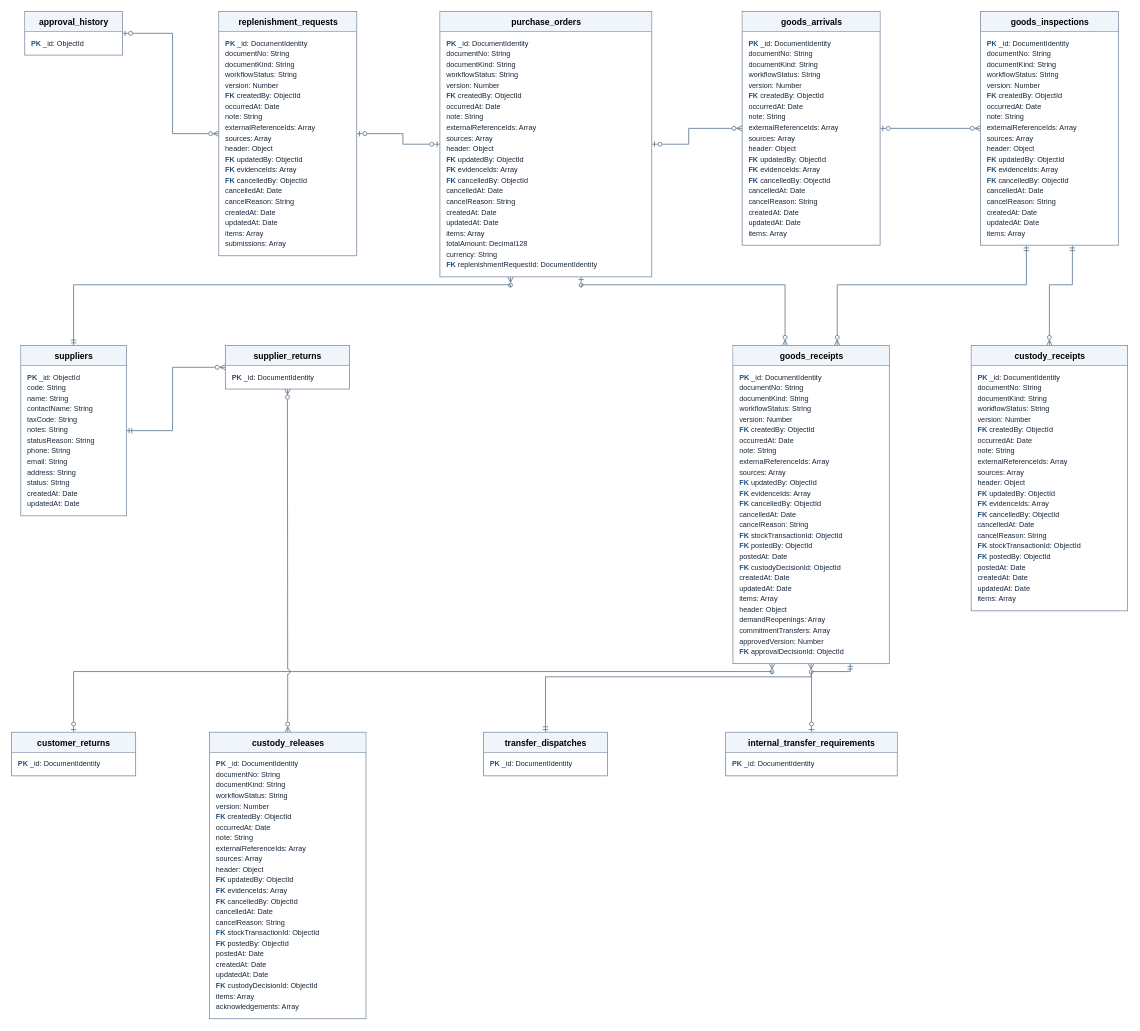
This is page "Mua hàng và nhập kho" (8 of 11) of git_doc/docs/03_thiet_ke/DB_Current_2026-11-12_58/WMSD_DB_Design_Overview.drawio from bupbalabup/wmsd_be, a draw.io file, before an edit. Source tidied: cells renumbered, new cells numbered last; positions are measured from the earlier drawing's top-left corner, leaving out a move shared by most shapes. Both pictures are drawn from the tidied source at 66%, with x=0, y=0 at pixel (11, 11).
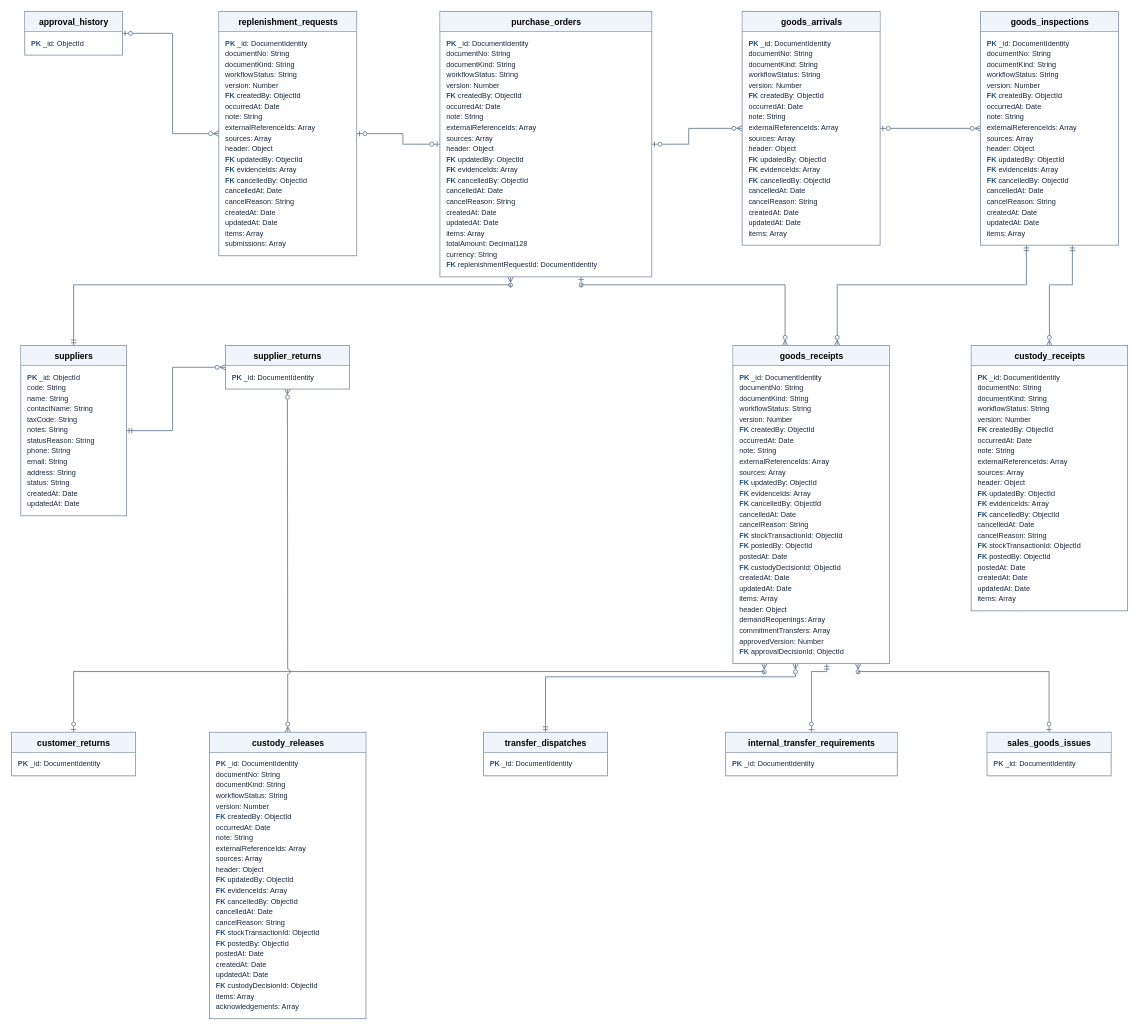
After the change.

The change refers to these unchanged cells:
```xml
<mxCell id="43" style="rounded=0;fillColor=#FFFFFF;strokeColor=#8091A7;strokeWidth=1.25;fontFamily=Helvetica;" parent="1" vertex="1">
  <mxGeometry x="1093" y="506" width="237" height="482" as="geometry" />
</mxCell>
<mxCell id="51" style="rounded=0;fillColor=#FFFFFF;strokeColor=#8091A7;strokeWidth=1.25;fontFamily=Helvetica;" parent="1" vertex="1">
  <mxGeometry y="1092" width="188" height="66" as="geometry" />
</mxCell>
<mxCell id="59" style="rounded=0;fillColor=#FFFFFF;strokeColor=#8091A7;strokeWidth=1.25;fontFamily=Helvetica;" parent="1" vertex="1">
  <mxGeometry x="715" y="1092" width="188" height="66" as="geometry" />
</mxCell>
<mxCell id="63" style="rounded=0;fillColor=#FFFFFF;strokeColor=#8091A7;strokeWidth=1.25;fontFamily=Helvetica;" parent="1" vertex="1">
  <mxGeometry x="1082" y="1092" width="260" height="66" as="geometry" />
</mxCell>
```

Diff of the diagram source:
```diff
@@
+    <mxCell id="67" style="noEdgeStyle=1;rounded=0;html=1;jumpStyle=arc;jumpSize=7;strokeColor=#62778E;strokeWidth=1.25;startArrow=ERzeroToOne;endArrow=ERzeroToMany;startFill=0;endFill=0;exitX=0.5;exitY=0;entryX=0.8;entryY=1;exitPerimeter=0;entryPerimeter=0;fontFamily=Helvetica;" parent="1" edge="1" source="68" target="43">
+      <mxGeometry relative="1" as="geometry">
+        <Array as="points">
+          <mxPoint x="1572" y="1000" />
+          <mxPoint x="1282.6" y="1000" />
+        </Array>
+      </mxGeometry>
+    </mxCell>
@@
-    <mxCell id="8" style="noEdgeStyle=1;rounded=0;html=1;jumpStyle=arc;jumpSize=7;strokeColor=#62778E;strokeWidth=1.25;startArrow=ERzeroToOne;endArrow=ERzeroToMany;startFill=0;endFill=0;exitX=0.5;exitY=0;entryX=0.25;entryY=1;exitPerimeter=0;entryPerimeter=0;fontFamily=Helvetica;" parent="1" edge="1" source="51" target="43">
+    <mxCell id="8" style="noEdgeStyle=1;rounded=0;html=1;jumpStyle=arc;jumpSize=7;strokeColor=#62778E;strokeWidth=1.25;startArrow=ERzeroToOne;endArrow=ERzeroToMany;startFill=0;endFill=0;exitX=0.5;exitY=0;entryX=0.2;entryY=1;exitPerimeter=0;entryPerimeter=0;fontFamily=Helvetica;" parent="1" edge="1" source="51" target="43">
       <mxGeometry relative="1" as="geometry">
         <Array as="points">
           <mxPoint x="94" y="1000" />
-          <mxPoint x="1152.2" y="1000" />
+          <mxPoint x="1140.4" y="1000" />
         </Array>
       </mxGeometry>
     </mxCell>
@@
-    <mxCell id="13" style="noEdgeStyle=1;rounded=0;html=1;jumpStyle=arc;jumpSize=7;strokeColor=#62778E;strokeWidth=1.25;startArrow=ERmandOne;endArrow=ERzeroToMany;startFill=0;endFill=0;exitX=0.5;exitY=0;entryX=0.5;entryY=1;exitPerimeter=0;entryPerimeter=0;fontFamily=Helvetica;" parent="1" edge="1" source="59" target="43">
+    <mxCell id="13" style="noEdgeStyle=1;rounded=0;html=1;jumpStyle=arc;jumpSize=7;strokeColor=#62778E;strokeWidth=1.25;startArrow=ERmandOne;endArrow=ERzeroToMany;startFill=0;endFill=0;exitX=0.5;exitY=0;entryX=0.4;entryY=1;exitPerimeter=0;entryPerimeter=0;fontFamily=Helvetica;" parent="1" edge="1" source="59" target="43">
       <mxGeometry relative="1" as="geometry">
         <Array as="points">
           <mxPoint x="809" y="1008" />
-          <mxPoint x="1211.5" y="1008" />
+          <mxPoint x="1187.8" y="1008" />
         </Array>
       </mxGeometry>
     </mxCell>
-    <mxCell id="14" style="noEdgeStyle=1;rounded=0;html=1;jumpStyle=arc;jumpSize=7;strokeColor=#62778E;strokeWidth=1.25;startArrow=ERmandOne;endArrow=ERzeroToOne;startFill=0;endFill=0;exitX=0.75;exitY=1;entryX=0.5;entryY=0;exitPerimeter=0;entryPerimeter=0;fontFamily=Helvetica;" parent="1" edge="1" source="43" target="63">
+    <mxCell id="14" style="noEdgeStyle=1;rounded=0;html=1;jumpStyle=arc;jumpSize=7;strokeColor=#62778E;strokeWidth=1.25;startArrow=ERmandOne;endArrow=ERzeroToOne;startFill=0;endFill=0;exitX=0.6;exitY=1;entryX=0.5;entryY=0;exitPerimeter=0;entryPerimeter=0;fontFamily=Helvetica;" parent="1" edge="1" source="43" target="63">
       <mxGeometry relative="1" as="geometry">
         <Array as="points">
-          <mxPoint x="1270.8" y="1000" />
+          <mxPoint x="1235.2" y="1000" />
           <mxPoint x="1212" y="1000" />
         </Array>
       </mxGeometry>
     </mxCell>
@@
+    <mxCell id="68" style="rounded=0;fillColor=#FFFFFF;strokeColor=#8091A7;strokeWidth=1.25;fontFamily=Helvetica;" parent="1" vertex="1">
+      <mxGeometry x="1478" y="1092" width="188" height="66" as="geometry" />
+    </mxCell>
+    <mxCell id="69" value="sales_goods_issues" style="html=1;align=center;verticalAlign=middle;fillColor=#EFF5FA;strokeColor=none;fontFamily=Helvetica;fontSize=13;fontStyle=1;spacing=0;" parent="68" vertex="1">
+      <mxGeometry x="1" y="1" width="186" height="29" as="geometry" />
+    </mxCell>
+    <mxCell id="70" style="fillColor=#8091A7;strokeColor=none;fontFamily=Helvetica;" parent="68" vertex="1">
+      <mxGeometry y="30" width="188" height="1" as="geometry" />
+    </mxCell>
+    <mxCell id="71" value="&lt;div style=&quot;height:16px;line-height:16px;white-space:nowrap;&quot;&gt;&lt;b style=&quot;color:#1F4E79&quot;&gt;PK&lt;/b&gt; _id: DocumentIdentity&lt;/div&gt;" style="text;html=1;align=left;verticalAlign=top;overflow=fill;whiteSpace=nowrap;fontFamily=Helvetica;fontSize=11;fontColor=#17263A;spacing=0;" parent="68" vertex="1">
+      <mxGeometry x="10" y="40" width="168" height="16" as="geometry" />
+    </mxCell>
```
